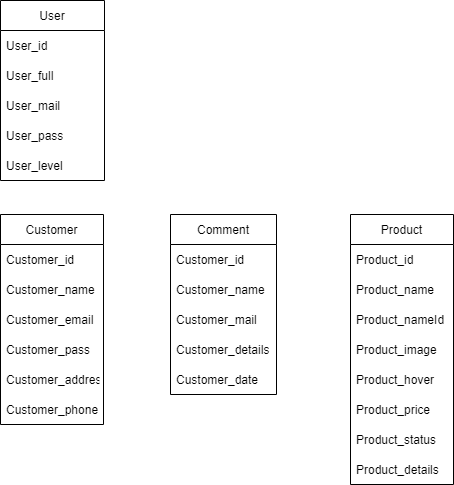
Above: Thuoctinh.drawio.png in DungCR7/PHP (draw.io), before the change. Source tidied: cells renumbered, new cells last; positions are measured from the earlier drawing's top-left corner, leaving out a move shared by most shapes. The source it was exported from:
```xml
<mxGraphModel>
  <root>
    <mxCell id="0" />
    <mxCell id="1" parent="0" />
    <mxCell id="2" value="User" style="swimlane;fontStyle=0;horizontal=1;startSize=30;" parent="1" vertex="1">
      <mxGeometry width="104" height="180" as="geometry" />
    </mxCell>
    <mxCell id="3" value="User_id" style="text;strokeColor=none;fillColor=none;align=left;verticalAlign=middle;spacingLeft=4;spacingRight=4;overflow=hidden;" parent="2" vertex="1">
      <mxGeometry y="30" width="104" height="30" as="geometry" />
    </mxCell>
    <mxCell id="4" value="User_full" style="text;strokeColor=none;fillColor=none;align=left;verticalAlign=middle;spacingLeft=4;spacingRight=4;overflow=hidden;" parent="2" vertex="1">
      <mxGeometry y="60" width="104" height="30" as="geometry" />
    </mxCell>
    <mxCell id="5" value="User_mail" style="text;strokeColor=none;fillColor=none;align=left;verticalAlign=middle;spacingLeft=4;spacingRight=4;overflow=hidden;" parent="2" vertex="1">
      <mxGeometry y="90" width="104" height="30" as="geometry" />
    </mxCell>
    <mxCell id="6" value="User_pass" style="text;strokeColor=none;fillColor=none;align=left;verticalAlign=middle;spacingLeft=4;spacingRight=4;overflow=hidden;" parent="2" vertex="1">
      <mxGeometry y="120" width="104" height="30" as="geometry" />
    </mxCell>
    <mxCell id="7" value="User_level" style="text;strokeColor=none;fillColor=none;align=left;verticalAlign=middle;spacingLeft=4;spacingRight=4;overflow=hidden;" parent="2" vertex="1">
      <mxGeometry y="150" width="104" height="30" as="geometry" />
    </mxCell>
    <mxCell id="8" value="Customer" style="swimlane;fontStyle=0;horizontal=1;startSize=30;" parent="1" vertex="1">
      <mxGeometry y="214" width="103" height="210" as="geometry" />
    </mxCell>
    <mxCell id="9" value="Customer_id" style="text;strokeColor=none;fillColor=none;align=left;verticalAlign=middle;spacingLeft=4;spacingRight=4;overflow=hidden;" parent="8" vertex="1">
      <mxGeometry y="30" width="103" height="30" as="geometry" />
    </mxCell>
    <mxCell id="10" value="Customer_name" style="text;strokeColor=none;fillColor=none;align=left;verticalAlign=middle;spacingLeft=4;spacingRight=4;overflow=hidden;" parent="8" vertex="1">
      <mxGeometry y="60" width="103" height="30" as="geometry" />
    </mxCell>
    <mxCell id="11" value="Customer_email" style="text;strokeColor=none;fillColor=none;align=left;verticalAlign=middle;spacingLeft=4;spacingRight=4;overflow=hidden;" parent="8" vertex="1">
      <mxGeometry y="90" width="103" height="30" as="geometry" />
    </mxCell>
    <mxCell id="12" value="Customer_pass" style="text;strokeColor=none;fillColor=none;align=left;verticalAlign=middle;spacingLeft=4;spacingRight=4;overflow=hidden;" parent="8" vertex="1">
      <mxGeometry y="120" width="103" height="30" as="geometry" />
    </mxCell>
    <mxCell id="13" value="Customer_address" style="text;strokeColor=none;fillColor=none;align=left;verticalAlign=middle;spacingLeft=4;spacingRight=4;overflow=hidden;" parent="8" vertex="1">
      <mxGeometry y="150" width="103" height="30" as="geometry" />
    </mxCell>
    <mxCell id="14" value="Customer_phone" style="text;strokeColor=none;fillColor=none;align=left;verticalAlign=middle;spacingLeft=4;spacingRight=4;overflow=hidden;" parent="8" vertex="1">
      <mxGeometry y="180" width="103" height="30" as="geometry" />
    </mxCell>
    <mxCell id="15" value="Comment" style="swimlane;fontStyle=0;horizontal=1;startSize=30;" parent="1" vertex="1">
      <mxGeometry x="170" y="214" width="106" height="180" as="geometry" />
    </mxCell>
    <mxCell id="16" value="Customer_id" style="text;strokeColor=none;fillColor=none;align=left;verticalAlign=middle;spacingLeft=4;spacingRight=4;overflow=hidden;" parent="15" vertex="1">
      <mxGeometry y="30" width="106" height="30" as="geometry" />
    </mxCell>
    <mxCell id="17" value="Customer_name" style="text;strokeColor=none;fillColor=none;align=left;verticalAlign=middle;spacingLeft=4;spacingRight=4;overflow=hidden;" parent="15" vertex="1">
      <mxGeometry y="60" width="106" height="30" as="geometry" />
    </mxCell>
    <mxCell id="18" value="Customer_mail" style="text;strokeColor=none;fillColor=none;align=left;verticalAlign=middle;spacingLeft=4;spacingRight=4;overflow=hidden;" parent="15" vertex="1">
      <mxGeometry y="90" width="106" height="30" as="geometry" />
    </mxCell>
    <mxCell id="19" value="Customer_details" style="text;strokeColor=none;fillColor=none;align=left;verticalAlign=middle;spacingLeft=4;spacingRight=4;overflow=hidden;" parent="15" vertex="1">
      <mxGeometry y="120" width="106" height="30" as="geometry" />
    </mxCell>
    <mxCell id="20" value="Customer_date" style="text;strokeColor=none;fillColor=none;align=left;verticalAlign=middle;spacingLeft=4;spacingRight=4;overflow=hidden;" parent="15" vertex="1">
      <mxGeometry y="150" width="106" height="30" as="geometry" />
    </mxCell>
    <mxCell id="21" value="Product" style="swimlane;fontStyle=0;horizontal=1;startSize=30;" parent="1" vertex="1">
      <mxGeometry x="350" y="214" width="103" height="270" as="geometry" />
    </mxCell>
    <mxCell id="22" value="Product_id" style="text;strokeColor=none;fillColor=none;align=left;verticalAlign=middle;spacingLeft=4;spacingRight=4;overflow=hidden;" parent="21" vertex="1">
      <mxGeometry y="30" width="103" height="30" as="geometry" />
    </mxCell>
    <mxCell id="23" value="Product_name" style="text;strokeColor=none;fillColor=none;align=left;verticalAlign=middle;spacingLeft=4;spacingRight=4;overflow=hidden;" parent="21" vertex="1">
      <mxGeometry y="60" width="103" height="30" as="geometry" />
    </mxCell>
    <mxCell id="24" value="Product_nameId" style="text;strokeColor=none;fillColor=none;align=left;verticalAlign=middle;spacingLeft=4;spacingRight=4;overflow=hidden;" parent="21" vertex="1">
      <mxGeometry y="90" width="103" height="30" as="geometry" />
    </mxCell>
    <mxCell id="25" value="Product_image" style="text;strokeColor=none;fillColor=none;align=left;verticalAlign=middle;spacingLeft=4;spacingRight=4;overflow=hidden;" parent="21" vertex="1">
      <mxGeometry y="120" width="103" height="30" as="geometry" />
    </mxCell>
    <mxCell id="26" value="Product_hover" style="text;strokeColor=none;fillColor=none;align=left;verticalAlign=middle;spacingLeft=4;spacingRight=4;overflow=hidden;" parent="21" vertex="1">
      <mxGeometry y="150" width="103" height="30" as="geometry" />
    </mxCell>
    <mxCell id="27" value="Product_price" style="text;strokeColor=none;fillColor=none;align=left;verticalAlign=middle;spacingLeft=4;spacingRight=4;overflow=hidden;" parent="21" vertex="1">
      <mxGeometry y="180" width="103" height="30" as="geometry" />
    </mxCell>
    <mxCell id="28" value="Product_status" style="text;strokeColor=none;fillColor=none;align=left;verticalAlign=middle;spacingLeft=4;spacingRight=4;overflow=hidden;" parent="21" vertex="1">
      <mxGeometry y="210" width="103" height="30" as="geometry" />
    </mxCell>
    <mxCell id="29" value="Product_details" style="text;strokeColor=none;fillColor=none;align=left;verticalAlign=middle;spacingLeft=4;spacingRight=4;overflow=hidden;" parent="21" vertex="1">
      <mxGeometry y="240" width="103" height="30" as="geometry" />
    </mxCell>
  </root>
</mxGraphModel>
```
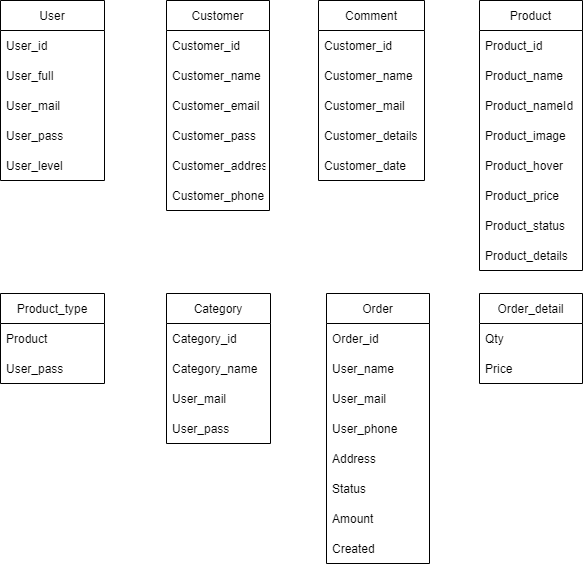
Later version of the same file.

Change to the diagram source:
```diff
@@ -21,7 +21,7 @@
       <mxGeometry y="150" width="104" height="30" as="geometry" />
     </mxCell>
     <mxCell id="8" value="Customer" style="swimlane;fontStyle=0;horizontal=1;startSize=30;" parent="1" vertex="1">
-      <mxGeometry y="214" width="103" height="210" as="geometry" />
+      <mxGeometry x="166" width="103" height="210" as="geometry" />
     </mxCell>
     <mxCell id="9" value="Customer_id" style="text;strokeColor=none;fillColor=none;align=left;verticalAlign=middle;spacingLeft=4;spacingRight=4;overflow=hidden;" parent="8" vertex="1">
       <mxGeometry y="30" width="103" height="30" as="geometry" />
@@ -42,7 +42,7 @@
       <mxGeometry y="180" width="103" height="30" as="geometry" />
     </mxCell>
     <mxCell id="15" value="Comment" style="swimlane;fontStyle=0;horizontal=1;startSize=30;" parent="1" vertex="1">
-      <mxGeometry x="170" y="214" width="106" height="180" as="geometry" />
+      <mxGeometry x="318" width="106" height="180" as="geometry" />
     </mxCell>
     <mxCell id="16" value="Customer_id" style="text;strokeColor=none;fillColor=none;align=left;verticalAlign=middle;spacingLeft=4;spacingRight=4;overflow=hidden;" parent="15" vertex="1">
       <mxGeometry y="30" width="106" height="30" as="geometry" />
@@ -60,7 +60,7 @@
       <mxGeometry y="150" width="106" height="30" as="geometry" />
     </mxCell>
     <mxCell id="21" value="Product" style="swimlane;fontStyle=0;horizontal=1;startSize=30;" parent="1" vertex="1">
-      <mxGeometry x="350" y="214" width="103" height="270" as="geometry" />
+      <mxGeometry x="479" width="103" height="270" as="geometry" />
     </mxCell>
     <mxCell id="22" value="Product_id" style="text;strokeColor=none;fillColor=none;align=left;verticalAlign=middle;spacingLeft=4;spacingRight=4;overflow=hidden;" parent="21" vertex="1">
       <mxGeometry y="30" width="103" height="30" as="geometry" />
@@ -86,5 +86,65 @@
     <mxCell id="29" value="Product_details" style="text;strokeColor=none;fillColor=none;align=left;verticalAlign=middle;spacingLeft=4;spacingRight=4;overflow=hidden;" parent="21" vertex="1">
       <mxGeometry y="240" width="103" height="30" as="geometry" />
     </mxCell>
+    <mxCell id="30" value="Product_type" style="swimlane;fontStyle=0;horizontal=1;startSize=30;" parent="1" vertex="1">
+      <mxGeometry y="293" width="104" height="90" as="geometry" />
+    </mxCell>
+    <mxCell id="31" value="Product" style="text;strokeColor=none;fillColor=none;align=left;verticalAlign=middle;spacingLeft=4;spacingRight=4;overflow=hidden;" parent="30" vertex="1">
+      <mxGeometry y="30" width="104" height="30" as="geometry" />
+    </mxCell>
+    <mxCell id="32" value="User_pass" style="text;strokeColor=none;fillColor=none;align=left;verticalAlign=middle;spacingLeft=4;spacingRight=4;overflow=hidden;" parent="30" vertex="1">
+      <mxGeometry y="60" width="104" height="30" as="geometry" />
+    </mxCell>
+    <mxCell id="33" value="Category" style="swimlane;fontStyle=0;horizontal=1;startSize=30;" parent="1" vertex="1">
+      <mxGeometry x="166" y="293" width="104" height="150" as="geometry" />
+    </mxCell>
+    <mxCell id="34" value="Category_id" style="text;strokeColor=none;fillColor=none;align=left;verticalAlign=middle;spacingLeft=4;spacingRight=4;overflow=hidden;" parent="33" vertex="1">
+      <mxGeometry y="30" width="104" height="30" as="geometry" />
+    </mxCell>
+    <mxCell id="35" value="Category_name" style="text;strokeColor=none;fillColor=none;align=left;verticalAlign=middle;spacingLeft=4;spacingRight=4;overflow=hidden;" parent="33" vertex="1">
+      <mxGeometry y="60" width="104" height="30" as="geometry" />
+    </mxCell>
+    <mxCell id="36" value="User_mail" style="text;strokeColor=none;fillColor=none;align=left;verticalAlign=middle;spacingLeft=4;spacingRight=4;overflow=hidden;" parent="33" vertex="1">
+      <mxGeometry y="90" width="104" height="30" as="geometry" />
+    </mxCell>
+    <mxCell id="37" value="User_pass" style="text;strokeColor=none;fillColor=none;align=left;verticalAlign=middle;spacingLeft=4;spacingRight=4;overflow=hidden;" parent="33" vertex="1">
+      <mxGeometry y="120" width="104" height="30" as="geometry" />
+    </mxCell>
+    <mxCell id="38" value="Order" style="swimlane;fontStyle=0;horizontal=1;startSize=30;" parent="1" vertex="1">
+      <mxGeometry x="326" y="293" width="103" height="270" as="geometry" />
+    </mxCell>
+    <mxCell id="39" value="Order_id" style="text;strokeColor=none;fillColor=none;align=left;verticalAlign=middle;spacingLeft=4;spacingRight=4;overflow=hidden;" parent="38" vertex="1">
+      <mxGeometry y="30" width="103" height="30" as="geometry" />
+    </mxCell>
+    <mxCell id="40" value="User_name" style="text;strokeColor=none;fillColor=none;align=left;verticalAlign=middle;spacingLeft=4;spacingRight=4;overflow=hidden;" parent="38" vertex="1">
+      <mxGeometry y="60" width="103" height="30" as="geometry" />
+    </mxCell>
+    <mxCell id="41" value="User_mail" style="text;strokeColor=none;fillColor=none;align=left;verticalAlign=middle;spacingLeft=4;spacingRight=4;overflow=hidden;" parent="38" vertex="1">
+      <mxGeometry y="90" width="103" height="30" as="geometry" />
+    </mxCell>
+    <mxCell id="42" value="User_phone" style="text;strokeColor=none;fillColor=none;align=left;verticalAlign=middle;spacingLeft=4;spacingRight=4;overflow=hidden;" parent="38" vertex="1">
+      <mxGeometry y="120" width="103" height="30" as="geometry" />
+    </mxCell>
+    <mxCell id="43" value="Address" style="text;strokeColor=none;fillColor=none;align=left;verticalAlign=middle;spacingLeft=4;spacingRight=4;overflow=hidden;" parent="38" vertex="1">
+      <mxGeometry y="150" width="103" height="30" as="geometry" />
+    </mxCell>
+    <mxCell id="44" value="Status" style="text;strokeColor=none;fillColor=none;align=left;verticalAlign=middle;spacingLeft=4;spacingRight=4;overflow=hidden;" parent="38" vertex="1">
+      <mxGeometry y="180" width="103" height="30" as="geometry" />
+    </mxCell>
+    <mxCell id="45" value="Amount" style="text;strokeColor=none;fillColor=none;align=left;verticalAlign=middle;spacingLeft=4;spacingRight=4;overflow=hidden;" parent="38" vertex="1">
+      <mxGeometry y="210" width="103" height="30" as="geometry" />
+    </mxCell>
+    <mxCell id="46" value="Created" style="text;strokeColor=none;fillColor=none;align=left;verticalAlign=middle;spacingLeft=4;spacingRight=4;overflow=hidden;" parent="38" vertex="1">
+      <mxGeometry y="240" width="103" height="30" as="geometry" />
+    </mxCell>
+    <mxCell id="47" value="Order_detail" style="swimlane;fontStyle=0;horizontal=1;startSize=30;" parent="1" vertex="1">
+      <mxGeometry x="479" y="293" width="103" height="90" as="geometry" />
+    </mxCell>
+    <mxCell id="48" value="Qty" style="text;strokeColor=none;fillColor=none;align=left;verticalAlign=middle;spacingLeft=4;spacingRight=4;overflow=hidden;" parent="47" vertex="1">
+      <mxGeometry y="30" width="103" height="30" as="geometry" />
+    </mxCell>
+    <mxCell id="49" value="Price" style="text;strokeColor=none;fillColor=none;align=left;verticalAlign=middle;spacingLeft=4;spacingRight=4;overflow=hidden;" parent="47" vertex="1">
+      <mxGeometry y="60" width="103" height="30" as="geometry" />
+    </mxCell>
   </root>
 </mxGraphModel>
```
